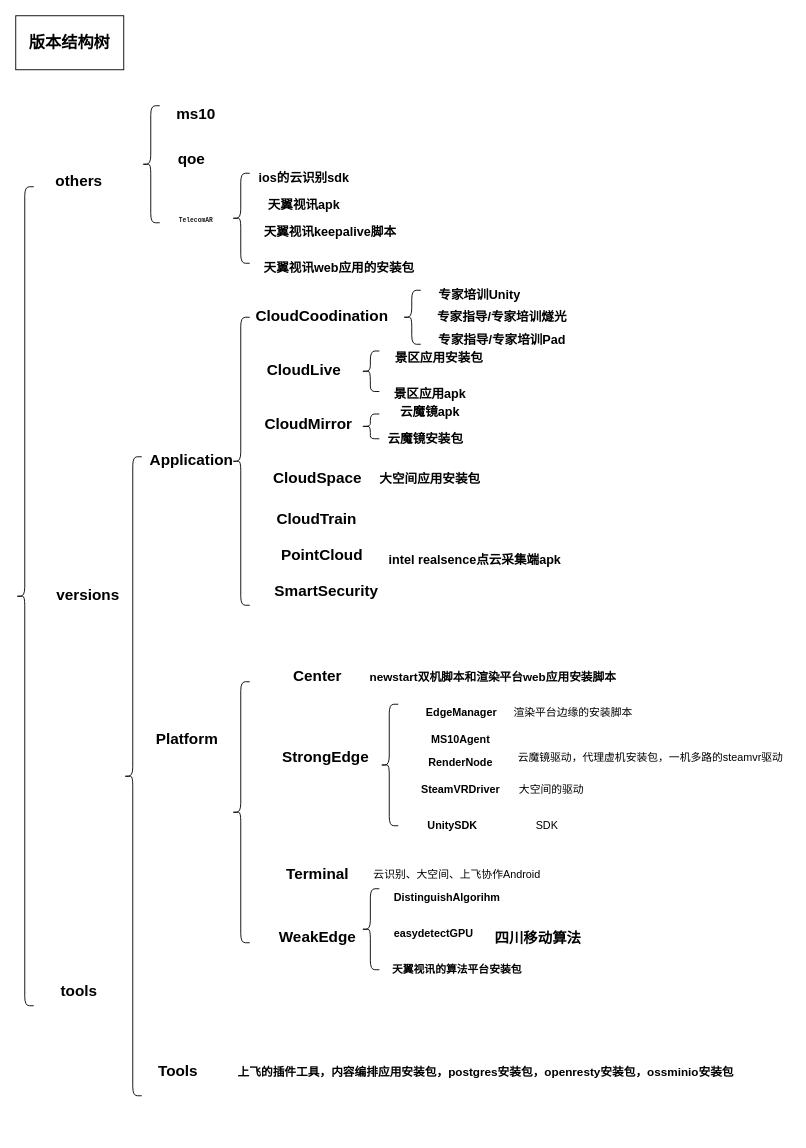
This is page "Page-1" (1 of 2) of Untitled Diagram.drawio from xiaoyuanwu123/notes, a draw.io file, before an edit. Source tidied: cells renumbered, new cells numbered last; positions are measured from the earlier drawing's top-left corner, leaving out a move shared by most shapes. Both pictures are drawn from the tidied source at 90%, with x=0, y=0 at pixel (15, 15).
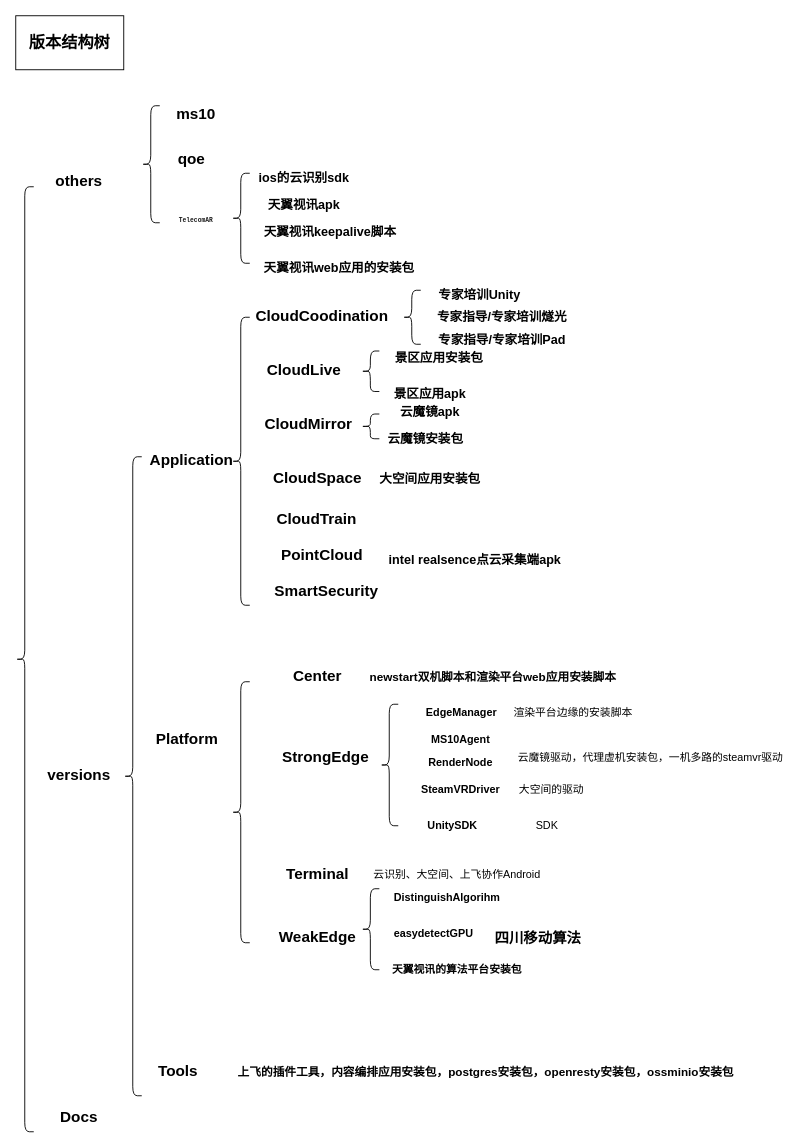
Above is the later version.

Commit message:
版本包结构图last.drawio

The edit, as a diff of the source:
```diff
@@
     <mxCell id="9" style="shape=curlyBracket;whiteSpace=wrap;html=1;rounded=1;" parent="1" vertex="1">
-      <mxGeometry y="190" width="20" height="910" as="geometry" />
+      <mxGeometry y="190" width="20" height="1050" as="geometry" />
     </mxCell>
-    <mxCell id="10" value="tools" style="text;html=1;align=center;verticalAlign=middle;fillColor=none;strokeColor=none;rounded=0;fontSize=17;fontStyle=1;" parent="1" vertex="1">
-      <mxGeometry x="40" y="1070" width="60" height="30" as="geometry" />
+    <mxCell id="10" value="Docs" style="text;html=1;align=center;verticalAlign=middle;fillColor=none;strokeColor=none;rounded=0;fontSize=17;fontStyle=1;" parent="1" vertex="1">
+      <mxGeometry x="40" y="1210" width="60" height="30" as="geometry" />
     </mxCell>
     <mxCell id="11" value="versions" style="text;html=1;align=center;verticalAlign=middle;fillColor=none;strokeColor=none;rounded=0;fontSize=17;fontStyle=1;" parent="1" vertex="1">
-      <mxGeometry x="35" y="630" width="90" height="30" as="geometry" />
+      <mxGeometry x="25" y="830" width="90" height="30" as="geometry" />
     </mxCell>
```
